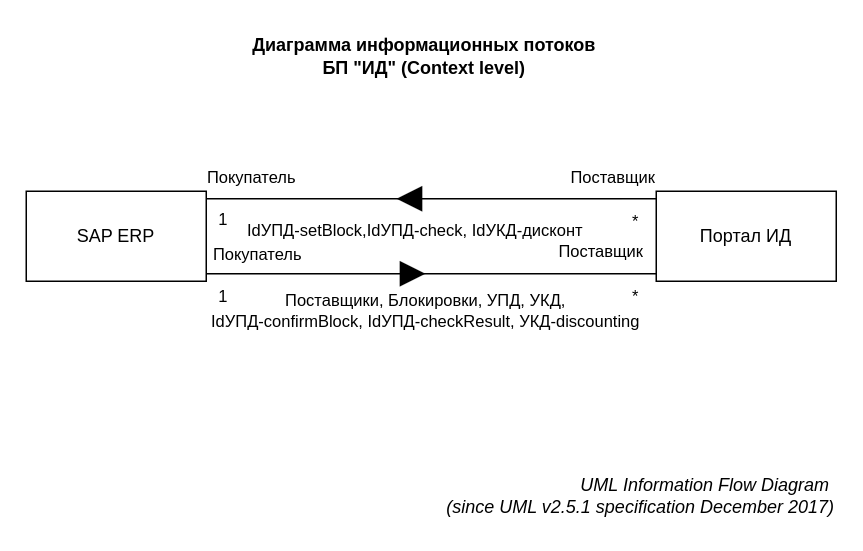
Before: IDDiscovery_IFD_(ContextLEveL).drawio in Tonop/X5, a draw.io diagram. Source tidied: cells renumbered, new cells numbered last; positions are measured from the earlier drawing's top-left corner, leaving out a move shared by most shapes. Both pictures are drawn from the tidied source at 150%, with x=0, y=0 at pixel (26, 26).
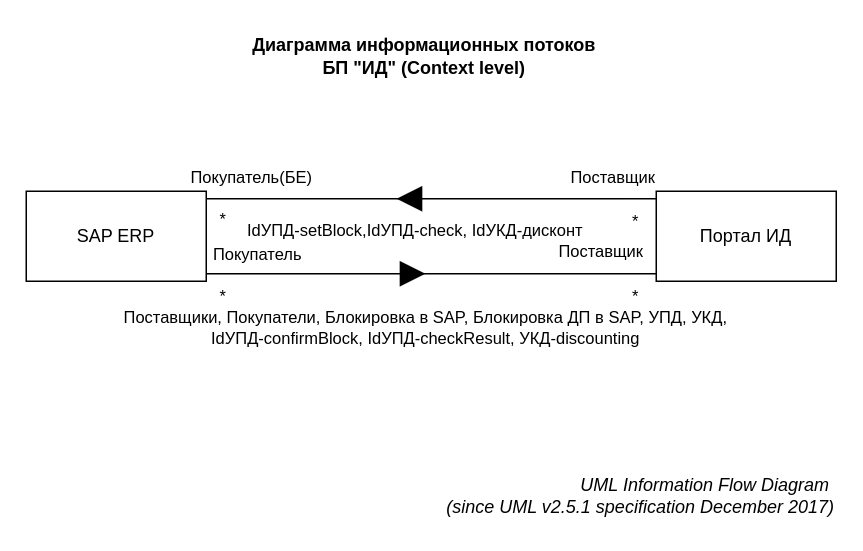
The same page after the edit.

Unchanged cells that the change refers to:
```xml
<mxCell id="6" style="endArrow=none;html=1;rounded=0;entryX=0;entryY=0.25;entryDx=0;entryDy=0;exitX=1;exitY=0.25;exitDx=0;exitDy=0;fontColor=default;" parent="1" edge="1">
  <mxGeometry relative="1" as="geometry">
    <mxPoint x="120" y="115" as="sourcePoint" />
    <mxPoint x="420" y="115" as="targetPoint" />
  </mxGeometry>
</mxCell>
<mxCell id="10" style="endArrow=block;html=1;rounded=0;strokeColor=default;startArrow=none;startFill=0;endFill=1;labelPosition=center;verticalLabelPosition=bottom;align=center;verticalAlign=top;flowAnimation=0;targetPerimeterSpacing=0;strokeWidth=0;endSize=17;sourcePerimeterSpacing=0;startSize=0;jumpStyle=none;jumpSize=0;" parent="1" edge="1">
  <mxGeometry relative="1" as="geometry">
    <mxPoint x="120" y="165" as="sourcePoint" />
    <mxPoint x="266" y="165" as="targetPoint" />
  </mxGeometry>
</mxCell>
<mxCell id="12" style="endArrow=none;html=1;rounded=0;entryX=0;entryY=0.25;entryDx=0;entryDy=0;exitX=1;exitY=0.25;exitDx=0;exitDy=0;fontColor=default;verticalAlign=middle;" parent="1" edge="1">
  <mxGeometry relative="1" as="geometry">
    <mxPoint x="120" y="165" as="sourcePoint" />
    <mxPoint x="420" y="165" as="targetPoint" />
  </mxGeometry>
</mxCell>
```

Change to the diagram source:
```diff
@@
-    <mxCell id="7" value="1" style="edgeLabel;html=1;align=center;verticalAlign=bottom;" parent="6" vertex="1">
+    <mxCell id="7" value="*" style="edgeLabel;html=1;align=center;verticalAlign=bottom;" parent="6" vertex="1">
       <mxGeometry x="-0.93" y="1" relative="1" as="geometry">
         <mxPoint y="23" as="offset" />
       </mxGeometry>
     </mxCell>
-    <mxCell id="8" value="Покупатель" style="edgeLabel;html=1;align=center;verticalAlign=middle;labelBorderColor=none;labelBackgroundColor=none;" parent="6" vertex="1">
+    <mxCell id="8" value="Покупатель(БЕ)" style="edgeLabel;html=1;align=center;verticalAlign=middle;labelBorderColor=none;labelBackgroundColor=none;" parent="6" vertex="1">
       <mxGeometry x="-0.84" relative="1" as="geometry">
         <mxPoint x="5" y="-15" as="offset" />
       </mxGeometry>
     </mxCell>
@@
-    <mxCell id="11" value="Поставщики, Блокировки, УПД, УКД, &lt;br&gt;IdУПД-confirmBlock, IdУПД-checkResult, УКД-discounting" style="edgeLabel;html=1;align=center;verticalAlign=middle;labelPosition=left;verticalLabelPosition=middle;labelBackgroundColor=none;" parent="10" vertex="1">
+    <mxCell id="11" value="Поставщики, Покупатели, Блокировка в SAP, Блокировка ДП в SAP, УПД, УКД, &lt;br&gt;IdУПД-confirmBlock, IdУПД-checkResult, УКД-discounting" style="edgeLabel;html=1;align=center;verticalAlign=middle;labelPosition=left;verticalLabelPosition=middle;labelBackgroundColor=none;" parent="10" vertex="1">
       <mxGeometry relative="1" as="geometry">
-        <mxPoint x="72" y="24" as="offset" />
+        <mxPoint x="72" y="35" as="offset" />
       </mxGeometry>
     </mxCell>
@@
-    <mxCell id="13" value="1" style="edgeLabel;html=1;align=center;verticalAlign=bottom;" parent="12" vertex="1">
+    <mxCell id="13" value="*" style="edgeLabel;html=1;align=center;verticalAlign=bottom;" parent="12" vertex="1">
       <mxGeometry x="-0.93" y="1" relative="1" as="geometry">
         <mxPoint y="24" as="offset" />
       </mxGeometry>
     </mxCell>
```
